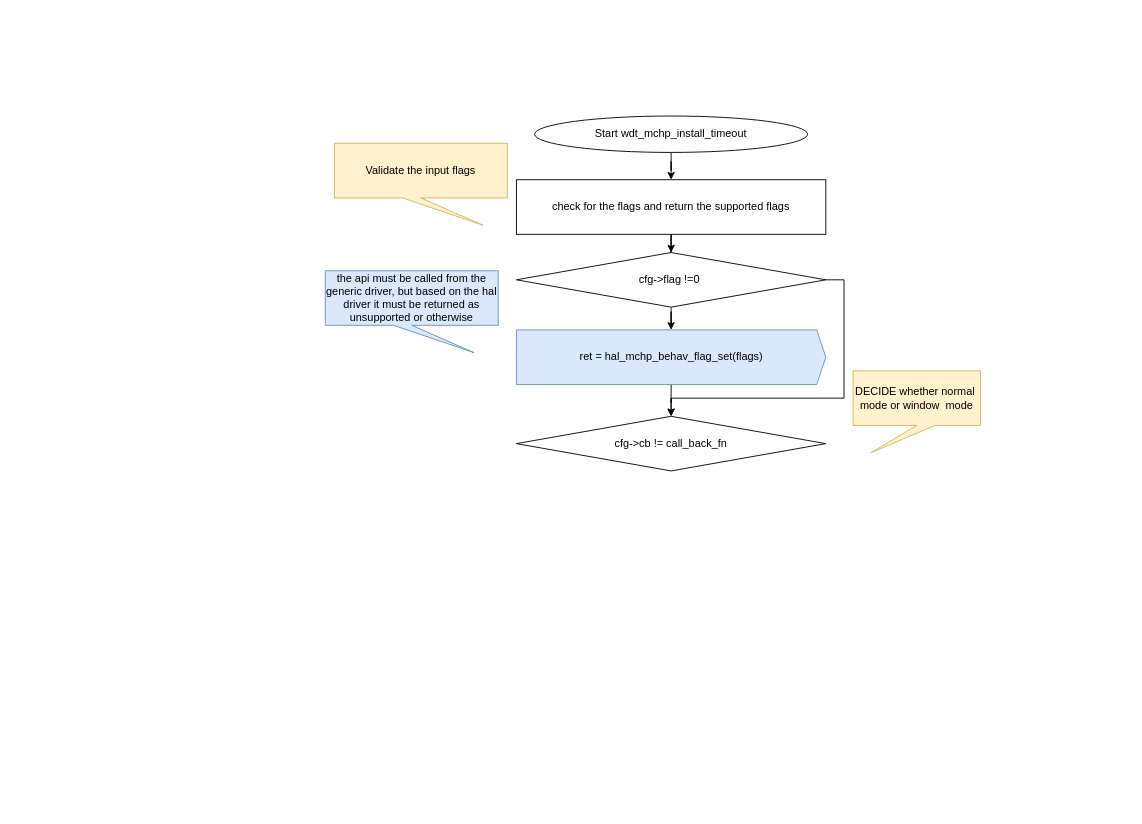
ghostMan-pac/aurora_final keeps this draw.io diagram as page "Generic driver" (1 of 3) of Watchdog design.drawio. Above is the earlier version. Source tidied: cells renumbered, new cells numbered last; positions are measured from the earlier drawing's top-left corner, leaving out a move shared by most shapes. Both pictures are drawn from the tidied source at 91%, with x=0, y=0 at pixel (325, 116).
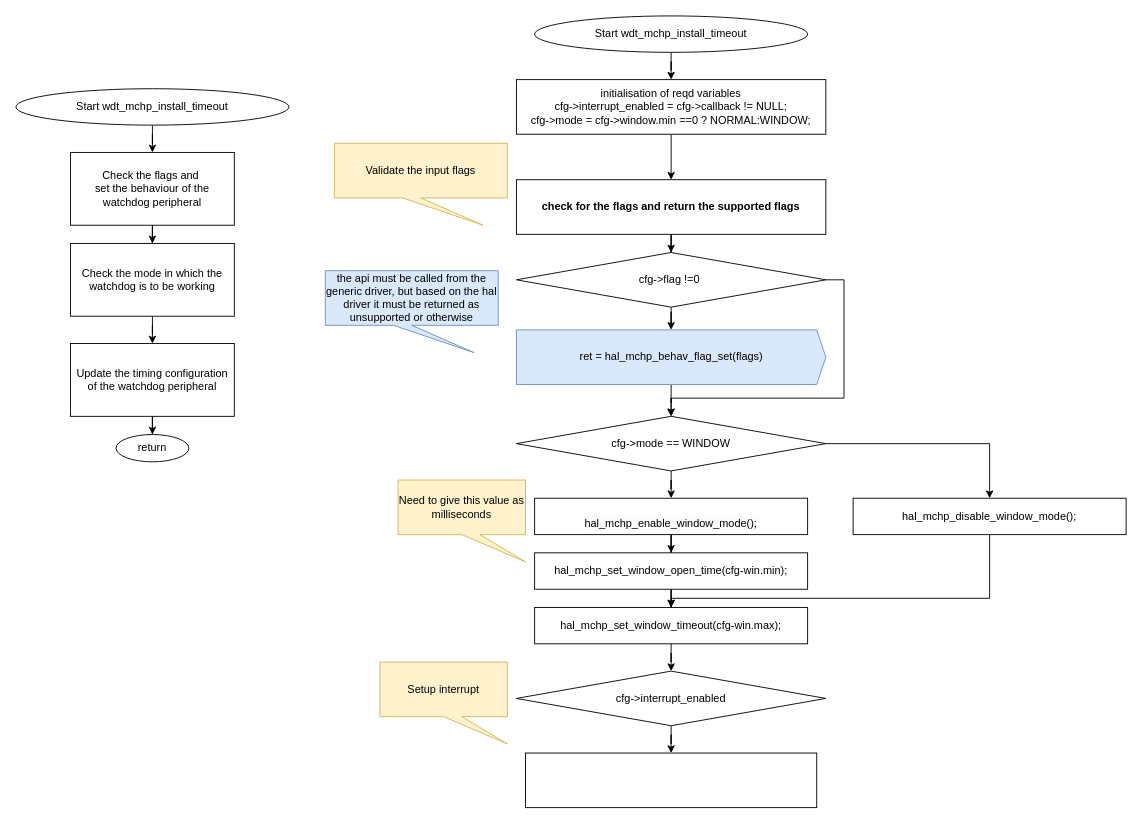
After the change.

Commit message:
Updated install timeout to have chek for the normal model and the window mode

What changed in the source:
```diff
@@
-    <mxCell id="2" style="edgeStyle=orthogonalEdgeStyle;rounded=0;jettySize=auto;html=1;" parent="1" edge="1" source="3" target="5">
-      <mxGeometry relative="1" as="geometry" />
-    </mxCell>
+    <mxCell id="15" style="edgeStyle=orthogonalEdgeStyle;shape=connector;rounded=0;jettySize=auto;html=1;strokeColor=default;strokeWidth=1;align=center;verticalAlign=middle;fontFamily=Helvetica;fontSize=11;fontColor=default;labelBackgroundColor=default;endArrow=classic;" parent="1" edge="1" source="3" target="28">
+      <mxGeometry relative="1" as="geometry" />
+    </mxCell>
     <mxCell id="3" value="Start wdt_mchp_install_timeout" style="ellipse;whiteSpace=wrap;html=1;" parent="1" vertex="1">
-      <mxGeometry x="230" width="300" height="40" as="geometry" />
+      <mxGeometry x="230" y="-110" width="300" height="40" as="geometry" />
     </mxCell>
@@
-    <mxCell id="5" value="check for the flags and return the supported flags" style="whiteSpace=wrap;html=1;" parent="1" vertex="1">
+    <mxCell id="5" value="check for the flags and return the supported flags" style="whiteSpace=wrap;html=1;fontStyle=1;" parent="1" vertex="1">
       <mxGeometry x="210" y="70" width="340" height="60" as="geometry" />
     </mxCell>
@@
-    <mxCell id="9" value="DECIDE whether normal&amp;nbsp; mode or window&amp;nbsp; mode" style="shape=callout;whiteSpace=wrap;html=1;perimeter=calloutPerimeter;position2=0.14;fillColor=#fff2cc;strokeColor=#d6b656;" parent="1" vertex="1">
-      <mxGeometry x="580" y="280" width="140" height="90" as="geometry" />
-    </mxCell>
@@
+    <mxCell id="16" style="edgeStyle=orthogonalEdgeStyle;shape=connector;rounded=0;jettySize=auto;html=1;strokeColor=default;strokeWidth=1;align=center;verticalAlign=middle;fontFamily=Helvetica;fontSize=11;fontColor=default;labelBackgroundColor=default;endArrow=classic;" parent="1" edge="1" source="14" target="30">
+      <mxGeometry relative="1" as="geometry" />
+    </mxCell>
+    <mxCell id="17" style="edgeStyle=orthogonalEdgeStyle;shape=connector;rounded=0;jettySize=auto;html=1;entryX=0.5;entryY=0;entryDx=0;entryDy=0;strokeColor=default;strokeWidth=1;align=center;verticalAlign=middle;fontFamily=Helvetica;fontSize=11;fontColor=default;labelBackgroundColor=default;endArrow=classic;" parent="1" edge="1" source="14" target="37">
+      <mxGeometry relative="1" as="geometry" />
+    </mxCell>
-    <mxCell id="14" value="cfg-&amp;gt;cb != call_back_fn" style="rhombus;whiteSpace=wrap;html=1;" parent="1" vertex="1">
+    <mxCell id="14" value="cfg-&amp;gt;mode == WINDOW" style="rhombus;whiteSpace=wrap;html=1;" parent="1" vertex="1">
       <mxGeometry x="210" y="330" width="340" height="60" as="geometry" />
     </mxCell>
+    <mxCell id="18" style="edgeStyle=orthogonalEdgeStyle;shape=connector;rounded=0;jettySize=auto;html=1;strokeColor=default;strokeWidth=1;align=center;verticalAlign=middle;fontFamily=Helvetica;fontSize=11;fontColor=default;labelBackgroundColor=default;endArrow=classic;" parent="1" edge="1" source="19" target="21">
+      <mxGeometry relative="1" as="geometry" />
+    </mxCell>
+    <mxCell id="19" value="Start wdt_mchp_install_timeout" style="ellipse;whiteSpace=wrap;html=1;" parent="1" vertex="1">
+      <mxGeometry x="-340" y="-30" width="300" height="40" as="geometry" />
+    </mxCell>
+    <mxCell id="20" style="edgeStyle=orthogonalEdgeStyle;shape=connector;rounded=0;jettySize=auto;html=1;strokeColor=default;strokeWidth=1;align=center;verticalAlign=middle;fontFamily=Helvetica;fontSize=11;fontColor=default;labelBackgroundColor=default;endArrow=classic;" parent="1" edge="1" source="21" target="23">
+      <mxGeometry relative="1" as="geometry" />
+    </mxCell>
+    <mxCell id="21" value="Check the flags and&amp;nbsp;&lt;div&gt;set the behaviour of the&lt;/div&gt;&lt;div&gt;watchdog peripheral&lt;/div&gt;" style="whiteSpace=wrap;html=1;" parent="1" vertex="1">
+      <mxGeometry x="-280" y="40" width="180" height="80" as="geometry" />
+    </mxCell>
+    <mxCell id="22" style="edgeStyle=orthogonalEdgeStyle;shape=connector;rounded=0;jettySize=auto;html=1;strokeColor=default;strokeWidth=1;align=center;verticalAlign=middle;fontFamily=Helvetica;fontSize=11;fontColor=default;labelBackgroundColor=default;endArrow=classic;" parent="1" edge="1" source="23" target="25">
+      <mxGeometry relative="1" as="geometry" />
+    </mxCell>
+    <mxCell id="23" value="Check the mode in which the watchdog is to be working" style="whiteSpace=wrap;html=1;" parent="1" vertex="1">
+      <mxGeometry x="-280" y="140" width="180" height="80" as="geometry" />
+    </mxCell>
+    <mxCell id="24" style="edgeStyle=orthogonalEdgeStyle;shape=connector;rounded=0;jettySize=auto;html=1;strokeColor=default;strokeWidth=1;align=center;verticalAlign=middle;fontFamily=Helvetica;fontSize=11;fontColor=default;labelBackgroundColor=default;endArrow=classic;" parent="1" edge="1" source="25" target="26">
+      <mxGeometry relative="1" as="geometry" />
+    </mxCell>
+    <mxCell id="25" value="Update the timing configuration of the watchdog peripheral" style="whiteSpace=wrap;html=1;" parent="1" vertex="1">
+      <mxGeometry x="-280" y="250" width="180" height="80" as="geometry" />
+    </mxCell>
+    <mxCell id="26" value="return" style="ellipse;whiteSpace=wrap;html=1;" parent="1" vertex="1">
+      <mxGeometry x="-230" y="350" width="80" height="30" as="geometry" />
+    </mxCell>
+    <mxCell id="27" style="edgeStyle=orthogonalEdgeStyle;shape=connector;rounded=0;jettySize=auto;html=1;strokeColor=default;strokeWidth=1;align=center;verticalAlign=middle;fontFamily=Helvetica;fontSize=11;fontColor=default;labelBackgroundColor=default;endArrow=classic;" parent="1" edge="1" source="28" target="5">
+      <mxGeometry relative="1" as="geometry" />
+    </mxCell>
+    <mxCell id="28" value="initialisation of reqd variables&lt;div&gt;cfg-&amp;gt;interrupt_enabled = cfg-&amp;gt;callback != NULL;&lt;/div&gt;&lt;div&gt;cfg-&amp;gt;mode = cfg-&amp;gt;window.min ==0 ? NORMAL:WINDOW;&lt;/div&gt;" style="whiteSpace=wrap;html=1;" parent="1" vertex="1">
+      <mxGeometry x="210" y="-40" width="340" height="60" as="geometry" />
+    </mxCell>
+    <mxCell id="29" style="edgeStyle=orthogonalEdgeStyle;shape=connector;rounded=0;jettySize=auto;html=1;strokeColor=default;strokeWidth=1;align=center;verticalAlign=middle;fontFamily=Helvetica;fontSize=11;fontColor=default;labelBackgroundColor=default;endArrow=classic;" parent="1" edge="1" source="30" target="33">
+      <mxGeometry relative="1" as="geometry" />
+    </mxCell>
+    <mxCell id="30" value="&lt;br&gt;&lt;span style=&quot;color: rgb(0, 0, 0); font-family: Helvetica; font-size: 12px; font-style: normal; font-variant-ligatures: normal; font-variant-caps: normal; font-weight: 400; letter-spacing: normal; orphans: 2; text-align: center; text-indent: 0px; text-transform: none; widows: 2; word-spacing: 0px; -webkit-text-stroke-width: 0px; white-space: normal; background-color: rgb(251, 251, 251); text-decoration-thickness: initial; text-decoration-style: initial; text-decoration-color: initial; float: none; display: inline !important;&quot;&gt;hal_mchp_enable_window_mode();&lt;/span&gt;" style="whiteSpace=wrap;html=1;" parent="1" vertex="1">
+      <mxGeometry x="230" y="420" width="300" height="40" as="geometry" />
+    </mxCell>
+    <mxCell id="31" value="Need to give this value as milliseconds" style="shape=callout;whiteSpace=wrap;html=1;perimeter=calloutPerimeter;position2=1;fillColor=#fff2cc;strokeColor=#d6b656;" parent="1" vertex="1">
+      <mxGeometry x="80" y="400" width="140" height="90" as="geometry" />
+    </mxCell>
+    <mxCell id="32" style="edgeStyle=orthogonalEdgeStyle;shape=connector;rounded=0;jettySize=auto;html=1;strokeColor=default;strokeWidth=1;align=center;verticalAlign=middle;fontFamily=Helvetica;fontSize=11;fontColor=default;labelBackgroundColor=default;endArrow=classic;" parent="1" edge="1" source="33" target="35">
+      <mxGeometry relative="1" as="geometry" />
+    </mxCell>
+    <mxCell id="33" value="hal_mchp_set_window_open_time(cfg-win.min);" style="whiteSpace=wrap;html=1;" parent="1" vertex="1">
+      <mxGeometry x="230" y="480" width="300" height="40" as="geometry" />
+    </mxCell>
+    <mxCell id="34" style="edgeStyle=orthogonalEdgeStyle;shape=connector;rounded=0;jettySize=auto;html=1;strokeColor=default;strokeWidth=1;align=center;verticalAlign=middle;fontFamily=Helvetica;fontSize=11;fontColor=default;labelBackgroundColor=default;endArrow=classic;" parent="1" edge="1" source="35" target="40">
+      <mxGeometry relative="1" as="geometry" />
+    </mxCell>
+    <mxCell id="35" value="hal_mchp_set_window_timeout(cfg-win.max);" style="whiteSpace=wrap;html=1;" parent="1" vertex="1">
+      <mxGeometry x="230" y="540" width="300" height="40" as="geometry" />
+    </mxCell>
+    <mxCell id="36" style="edgeStyle=orthogonalEdgeStyle;shape=connector;rounded=0;jettySize=auto;html=1;entryX=0.5;entryY=0;entryDx=0;entryDy=0;strokeColor=default;strokeWidth=1;align=center;verticalAlign=middle;fontFamily=Helvetica;fontSize=11;fontColor=default;labelBackgroundColor=default;endArrow=classic;" parent="1" edge="1" source="37" target="35">
+      <mxGeometry relative="1" as="geometry">
+        <Array as="points">
+          <mxPoint x="730" y="530" />
+          <mxPoint x="380" y="530" />
+        </Array>
+      </mxGeometry>
+    </mxCell>
+    <mxCell id="37" value="hal_mchp_disable_window_mode();" style="whiteSpace=wrap;html=1;" parent="1" vertex="1">
+      <mxGeometry x="580" y="420" width="300" height="40" as="geometry" />
+    </mxCell>
+    <mxCell id="38" value="Setup interrupt" style="shape=callout;whiteSpace=wrap;html=1;perimeter=calloutPerimeter;position2=1;fillColor=#fff2cc;strokeColor=#d6b656;" parent="1" vertex="1">
+      <mxGeometry x="60" y="600" width="140" height="90" as="geometry" />
+    </mxCell>
+    <mxCell id="39" style="edgeStyle=orthogonalEdgeStyle;shape=connector;rounded=0;jettySize=auto;html=1;strokeColor=default;strokeWidth=1;align=center;verticalAlign=middle;fontFamily=Helvetica;fontSize=11;fontColor=default;labelBackgroundColor=default;endArrow=classic;" parent="1" edge="1" source="40" target="41">
+      <mxGeometry relative="1" as="geometry" />
+    </mxCell>
+    <mxCell id="40" value="cfg-&amp;gt;interrupt_enabled" style="rhombus;whiteSpace=wrap;html=1;" parent="1" vertex="1">
+      <mxGeometry x="210" y="610" width="340" height="60" as="geometry" />
+    </mxCell>
+    <mxCell id="41" style="whiteSpace=wrap;html=1;" parent="1" vertex="1">
+      <mxGeometry x="220" y="700" width="320" height="60" as="geometry" />
+    </mxCell>
```
